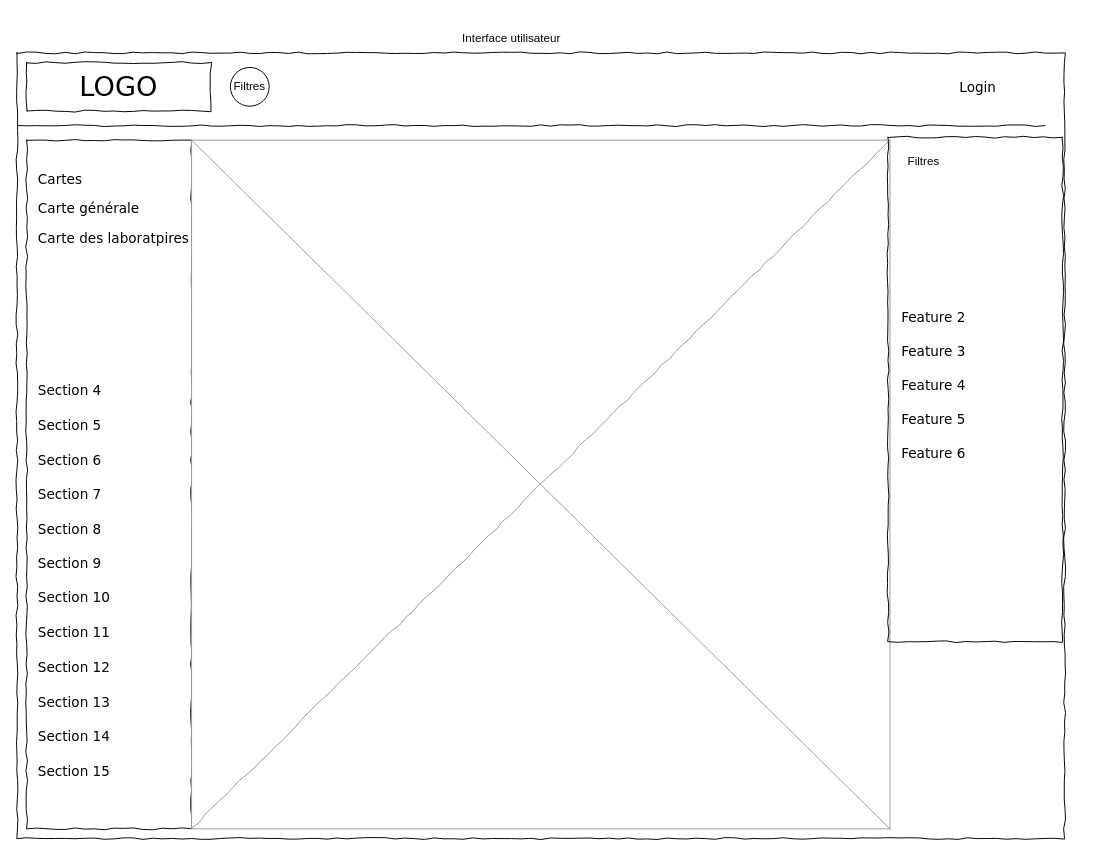
Carine42/Carine42.github.io keeps this draw.io diagram as Untitled Diagram.drawio. Above is the earlier version. Source tidied: cells renumbered, new cells numbered last; positions are measured from the earlier drawing's top-left corner, leaving out a move shared by most shapes. Both pictures are drawn from the tidied source at 97%, with x=0, y=0 at pixel (16, 23).
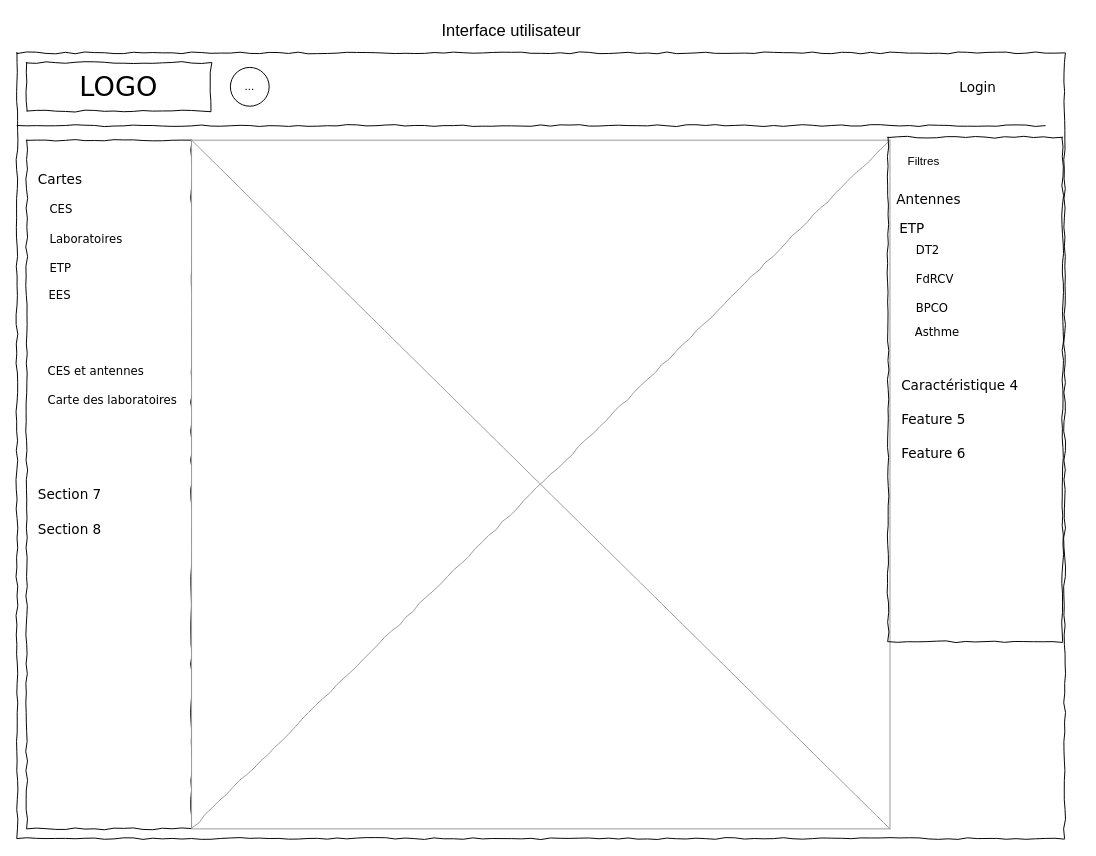
The same diagram, later.

Commit message:
Interface utilisateur

What changed in the source:
```diff
@@
-    <mxCell id="10" value="Carte générale" style="text;html=1;align=left;verticalAlign=top;spacingTop=-4;fontSize=14;fontFamily=Verdana;" parent="1" vertex="1">
-      <mxGeometry x="20" y="180" width="150" height="20" as="geometry" />
+    <mxCell id="10" value="&lt;font style=&quot;font-size: 12px;&quot;&gt;CES&lt;/font&gt;" style="text;html=1;align=left;verticalAlign=top;spacingTop=-4;fontSize=14;fontFamily=Verdana;" parent="1" vertex="1">
+      <mxGeometry x="32" y="180" width="150" height="20" as="geometry" />
     </mxCell>
-    <mxCell id="11" value="Carte des laboratpires" style="text;html=1;align=left;verticalAlign=top;spacingTop=-4;fontSize=14;fontFamily=Verdana;" parent="1" vertex="1">
-      <mxGeometry x="20" y="210" width="170" height="20" as="geometry" />
+    <mxCell id="11" value="&lt;font style=&quot;font-size: 12px;&quot;&gt;Laboratoires&lt;/font&gt;" style="text;html=1;align=left;verticalAlign=top;spacingTop=-4;fontSize=14;fontFamily=Verdana;" parent="1" vertex="1">
+      <mxGeometry x="32" y="210" width="170" height="20" as="geometry" />
     </mxCell>
-    <mxCell id="12" value="Section 4" style="text;html=1;align=left;verticalAlign=top;spacingTop=-4;fontSize=14;fontFamily=Verdana;" parent="1" vertex="1">
-      <mxGeometry x="20" y="367" width="170" height="20" as="geometry" />
-    </mxCell>
@@
-    <mxCell id="15" value="Section 9" style="text;html=1;align=left;verticalAlign=top;spacingTop=-4;fontSize=14;fontFamily=Verdana;" parent="1" vertex="1">
-      <mxGeometry x="20" y="546" width="170" height="20" as="geometry" />
-    </mxCell>
-    <mxCell id="16" value="Section 10" style="text;html=1;align=left;verticalAlign=top;spacingTop=-4;fontSize=14;fontFamily=Verdana;" parent="1" vertex="1">
-      <mxGeometry x="20" y="581" width="170" height="20" as="geometry" />
-    </mxCell>
-    <mxCell id="17" value="Section 11" style="text;html=1;align=left;verticalAlign=top;spacingTop=-4;fontSize=14;fontFamily=Verdana;" parent="1" vertex="1">
-      <mxGeometry x="20" y="617" width="170" height="20" as="geometry" />
-    </mxCell>
-    <mxCell id="18" value="Section 12" style="text;html=1;align=left;verticalAlign=top;spacingTop=-4;fontSize=14;fontFamily=Verdana;" parent="1" vertex="1">
-      <mxGeometry x="20" y="653" width="170" height="20" as="geometry" />
-    </mxCell>
-    <mxCell id="19" value="Section 13" style="text;html=1;align=left;verticalAlign=top;spacingTop=-4;fontSize=14;fontFamily=Verdana;" parent="1" vertex="1">
-      <mxGeometry x="20" y="689" width="170" height="20" as="geometry" />
-    </mxCell>
-    <mxCell id="20" value="Section 14" style="text;html=1;align=left;verticalAlign=top;spacingTop=-4;fontSize=14;fontFamily=Verdana;" parent="1" vertex="1">
-      <mxGeometry x="20" y="724" width="170" height="20" as="geometry" />
-    </mxCell>
-    <mxCell id="21" value="Section 5" style="text;html=1;align=left;verticalAlign=top;spacingTop=-4;fontSize=14;fontFamily=Verdana;" parent="1" vertex="1">
-      <mxGeometry x="20" y="403" width="170" height="20" as="geometry" />
-    </mxCell>
-    <mxCell id="22" value="Section 6" style="text;html=1;align=left;verticalAlign=top;spacingTop=-4;fontSize=14;fontFamily=Verdana;" parent="1" vertex="1">
-      <mxGeometry x="20" y="439" width="170" height="20" as="geometry" />
-    </mxCell>
-    <mxCell id="23" value="Section 15" style="text;html=1;align=left;verticalAlign=top;spacingTop=-4;fontSize=14;fontFamily=Verdana;" parent="1" vertex="1">
-      <mxGeometry x="20" y="760" width="170" height="20" as="geometry" />
-    </mxCell>
-    <mxCell id="24" value="Feature 2" style="text;html=1;align=left;verticalAlign=top;spacingTop=-4;fontSize=14;fontFamily=Verdana;" parent="1" vertex="1">
-      <mxGeometry x="910" y="292" width="170" height="20" as="geometry" />
+    <mxCell id="24" value="Antennes" style="text;html=1;align=left;verticalAlign=top;spacingTop=-4;fontSize=14;fontFamily=Verdana;" parent="1" vertex="1">
+      <mxGeometry x="905" y="170" width="170" height="20" as="geometry" />
     </mxCell>
-    <mxCell id="25" value="Feature 3" style="text;html=1;align=left;verticalAlign=top;spacingTop=-4;fontSize=14;fontFamily=Verdana;" parent="1" vertex="1">
-      <mxGeometry x="910" y="327" width="170" height="20" as="geometry" />
+    <mxCell id="25" value="ETP" style="text;html=1;align=left;verticalAlign=top;spacingTop=-4;fontSize=14;fontFamily=Verdana;" parent="1" vertex="1">
+      <mxGeometry x="908" y="200" width="170" height="20" as="geometry" />
     </mxCell>
-    <mxCell id="26" value="Feature 4" style="text;html=1;align=left;verticalAlign=top;spacingTop=-4;fontSize=14;fontFamily=Verdana;" parent="1" vertex="1">
+    <mxCell id="26" value="Caractéristique 4" style="text;html=1;align=left;verticalAlign=top;spacingTop=-4;fontSize=14;fontFamily=Verdana;" parent="1" vertex="1">
       <mxGeometry x="910" y="362" width="170" height="20" as="geometry" />
     </mxCell>
@@
-    <mxCell id="30" value="Interface utilisateur" style="text;html=1;strokeColor=none;fillColor=none;align=center;verticalAlign=middle;whiteSpace=wrap;rounded=0;" parent="1" vertex="1">
-      <mxGeometry x="430" width="160" height="30" as="geometry" />
+    <mxCell id="30" value="&lt;font style=&quot;vertical-align: inherit; font-size: 17px;&quot;&gt;Interface utilisateur&lt;/font&gt;" style="text;html=1;strokeColor=none;fillColor=none;align=center;verticalAlign=middle;whiteSpace=wrap;rounded=0;" parent="1" vertex="1">
+      <mxGeometry x="430" y="-7" width="160" height="30" as="geometry" />
     </mxCell>
-    <mxCell id="31" value="Filtres" style="ellipse;whiteSpace=wrap;html=1;rotation=0;" parent="1" vertex="1">
+    <mxCell id="31" value="..." style="ellipse;whiteSpace=wrap;html=1;rotation=0;" parent="1" vertex="1">
       <mxGeometry x="220" y="45" width="40" height="40" as="geometry" />
     </mxCell>
+    <mxCell id="32" value="&lt;font style=&quot;font-size: 12px;&quot;&gt;ETP&lt;/font&gt;" style="text;html=1;align=left;verticalAlign=top;spacingTop=-4;fontSize=14;fontFamily=Verdana;" parent="1" vertex="1">
+      <mxGeometry x="32" y="240" width="150" height="20" as="geometry" />
+    </mxCell>
+    <mxCell id="33" value="&lt;font style=&quot;font-size: 12px;&quot;&gt;EES&lt;/font&gt;" style="text;html=1;align=left;verticalAlign=top;spacingTop=-4;fontSize=14;fontFamily=Verdana;" parent="1" vertex="1">
+      <mxGeometry x="31" y="268" width="150" height="20" as="geometry" />
+    </mxCell>
+    <mxCell id="34" value="&lt;font style=&quot;font-size: 12px;&quot;&gt;Carte des laboratoires&lt;/font&gt;" style="text;html=1;align=left;verticalAlign=top;spacingTop=-4;fontSize=14;fontFamily=Verdana;" parent="1" vertex="1">
+      <mxGeometry x="30" y="377" width="170" height="20" as="geometry" />
+    </mxCell>
+    <mxCell id="35" value="&lt;font style=&quot;font-size: 12px;&quot;&gt;CES et antennes&lt;/font&gt;" style="text;html=1;align=left;verticalAlign=top;spacingTop=-4;fontSize=14;fontFamily=Verdana;" parent="1" vertex="1">
+      <mxGeometry x="30" y="347" width="150" height="20" as="geometry" />
+    </mxCell>
+    <mxCell id="36" value="&lt;font style=&quot;font-size: 12px;&quot;&gt;DT2&lt;/font&gt;" style="text;html=1;align=left;verticalAlign=top;spacingTop=-4;fontSize=14;fontFamily=Verdana;" parent="1" vertex="1">
+      <mxGeometry x="925" y="222" width="150" height="20" as="geometry" />
+    </mxCell>
+    <mxCell id="37" value="&lt;font style=&quot;font-size: 12px;&quot;&gt;FdRCV&lt;/font&gt;" style="text;html=1;align=left;verticalAlign=top;spacingTop=-4;fontSize=14;fontFamily=Verdana;" parent="1" vertex="1">
+      <mxGeometry x="925" y="252" width="170" height="20" as="geometry" />
+    </mxCell>
+    <mxCell id="38" value="&lt;font style=&quot;font-size: 12px;&quot;&gt;BPCO&lt;/font&gt;" style="text;html=1;align=left;verticalAlign=top;spacingTop=-4;fontSize=14;fontFamily=Verdana;" parent="1" vertex="1">
+      <mxGeometry x="925" y="282" width="150" height="20" as="geometry" />
+    </mxCell>
+    <mxCell id="39" value="&lt;font style=&quot;font-size: 12px;&quot;&gt;Asthme&lt;/font&gt;" style="text;html=1;align=left;verticalAlign=top;spacingTop=-4;fontSize=14;fontFamily=Verdana;" parent="1" vertex="1">
+      <mxGeometry x="924" y="306" width="150" height="20" as="geometry" />
+    </mxCell>
```
